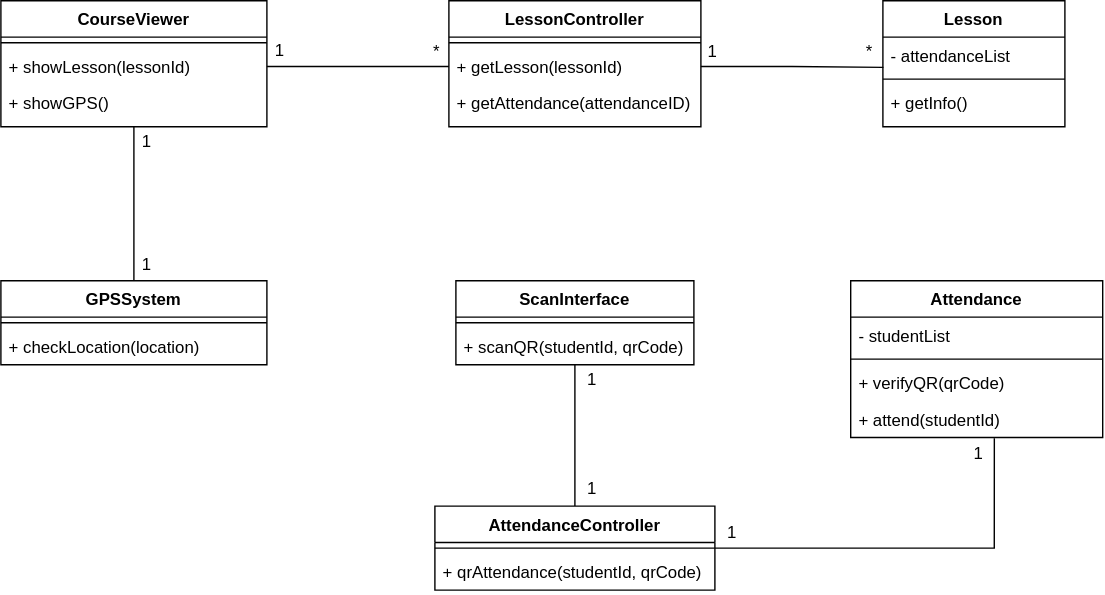
Before: DiemDanh_Class/DiemDanhQR.drawio.svg, a diagram exported from draw.io (minh071289/AI_system). Source tidied: cells renumbered, new cells last; positions are measured from the earlier drawing's top-left corner, leaving out a move shared by most shapes.
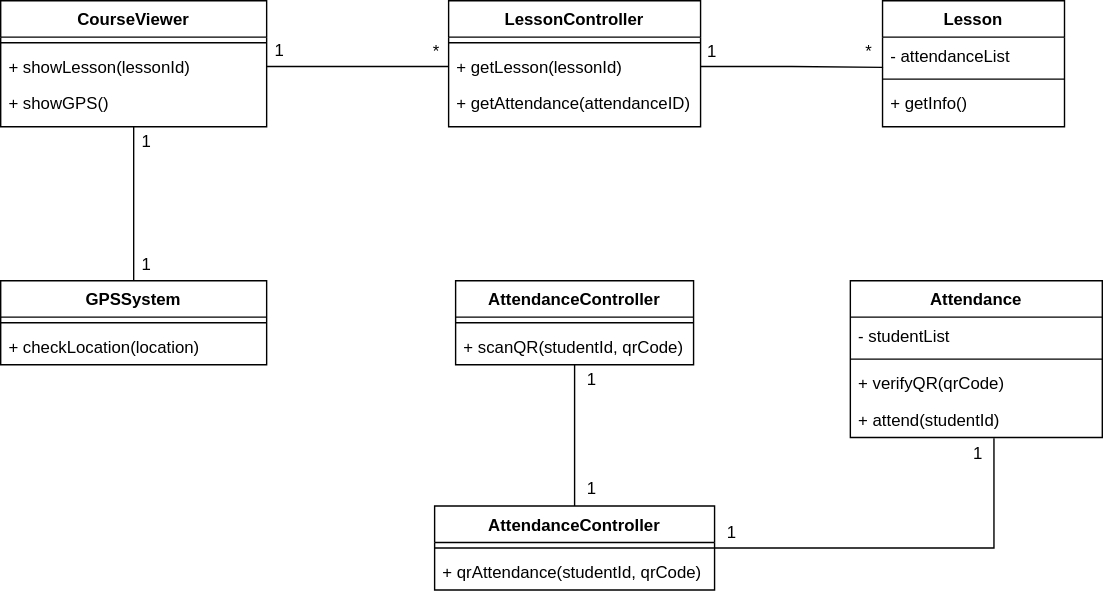
After the change.

Change to the diagram source:
```diff
@@ -77,7 +77,7 @@
     <mxCell id="26" style="edgeStyle=orthogonalEdgeStyle;rounded=0;jettySize=auto;html=1;exitX=0.5;exitY=1;exitDx=0;exitDy=0;endArrow=none;startFill=0;" parent="1" edge="1" source="27" target="35">
       <mxGeometry relative="1" as="geometry" />
     </mxCell>
-    <mxCell id="27" value="ScanInterface" style="swimlane;fontStyle=1;align=center;verticalAlign=top;horizontal=1;startSize=26;rounded=0;shadow=0;strokeWidth=1;" parent="1" vertex="1">
+    <mxCell id="27" value="AttendanceController&#10;" style="swimlane;fontStyle=1;align=center;verticalAlign=top;horizontal=1;startSize=26;rounded=0;shadow=0;strokeWidth=1;" parent="1" vertex="1">
       <mxGeometry x="325" y="200" width="170" height="60" as="geometry" />
     </mxCell>
     <mxCell id="28" style="line;html=1;strokeWidth=1;align=left;verticalAlign=middle;spacingTop=-1;spacingLeft=3;spacingRight=3;labelPosition=right;" parent="27" vertex="1">
```
